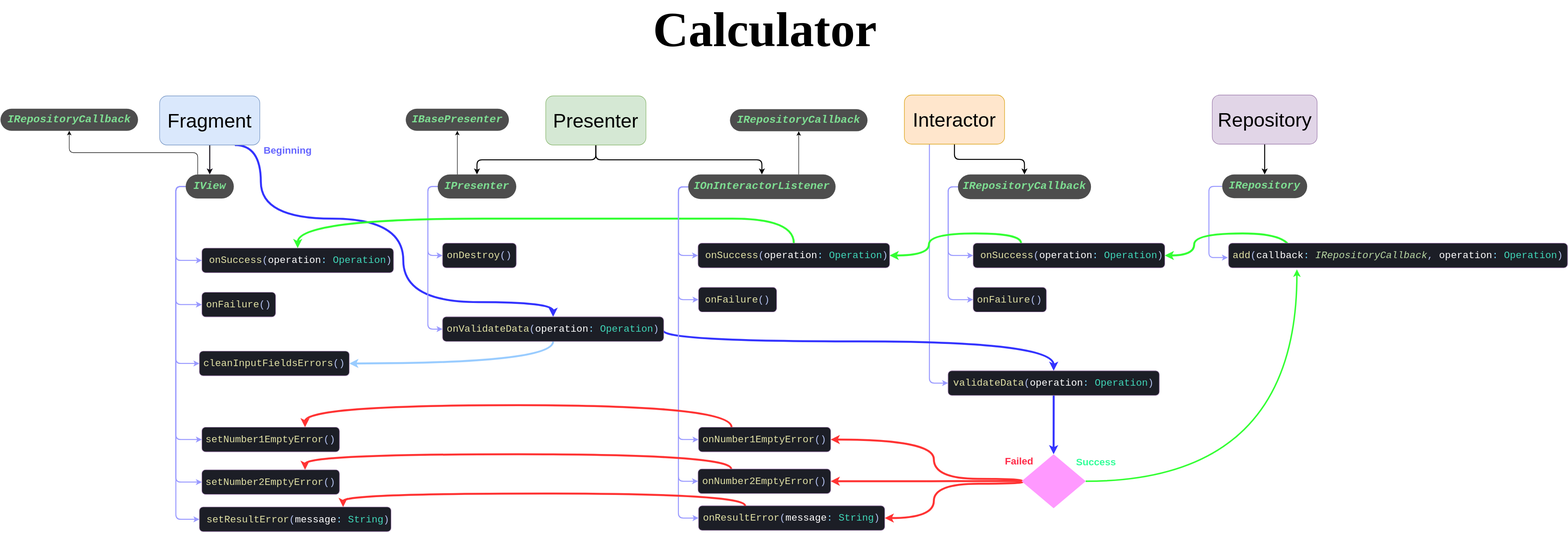
This is MVP Calculator Scheme.svg from ElianFabian/android-mvp-calculator, a draw.io export, as it was before one commit. Source tidied: cells renumbered, new cells last; positions are measured from the earlier drawing's top-left corner, leaving out a move shared by most shapes.
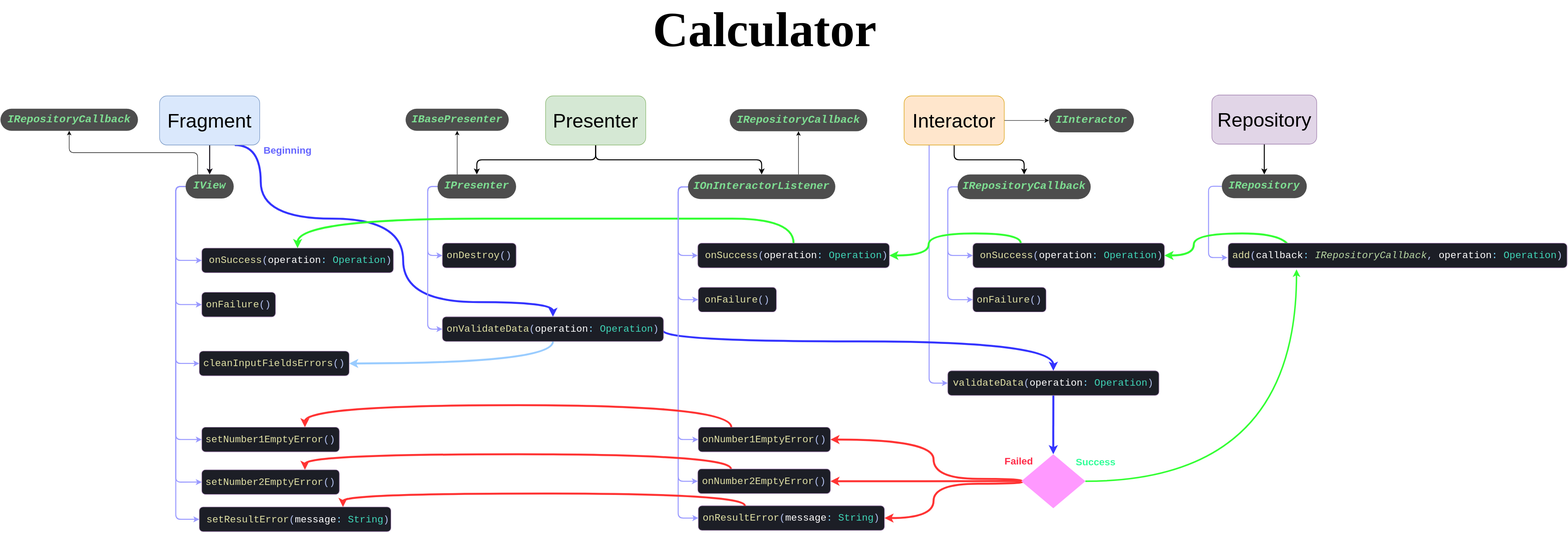
Later version of the same file.

Diff of the diagram source:
```diff
@@ -264,8 +264,11 @@
     <mxCell id="67" value="&lt;pre&gt;&lt;font style=&quot;font-size: 40px&quot; face=&quot;Helvetica&quot;&gt;Presenter&lt;/font&gt;&lt;/pre&gt;" style="rounded=1;whiteSpace=wrap;html=1;fillColor=#d5e8d4;strokeColor=#82b366;" parent="1" vertex="1">
       <mxGeometry x="1110" y="165" width="204" height="100" as="geometry" />
     </mxCell>
+    <mxCell id="76" style="edgeStyle=orthogonalEdgeStyle;rounded=0;jettySize=auto;html=1;" parent="1" edge="1" source="68" target="77">
+      <mxGeometry relative="1" as="geometry" />
+    </mxCell>
     <mxCell id="68" value="&lt;pre&gt;&lt;font style=&quot;font-size: 40px&quot; face=&quot;Helvetica&quot;&gt;Interactor&lt;/font&gt;&lt;/pre&gt;" style="rounded=1;whiteSpace=wrap;html=1;fillColor=#ffe6cc;strokeColor=#d79b00;" parent="1" vertex="1">
-      <mxGeometry x="1840" y="163.2" width="204" height="100" as="geometry" />
+      <mxGeometry x="1840" y="165" width="204" height="100" as="geometry" />
     </mxCell>
     <mxCell id="69" value="&lt;pre&gt;&lt;font style=&quot;font-size: 40px&quot; face=&quot;Helvetica&quot;&gt;Repository&lt;/font&gt;&lt;/pre&gt;" style="rounded=1;whiteSpace=wrap;html=1;fillColor=#e1d5e7;strokeColor=#9673a6;" parent="1" vertex="1">
       <mxGeometry x="2466.8" y="163.2" width="213.5" height="100" as="geometry" />
@@ -293,5 +296,8 @@
         </Array>
       </mxGeometry>
     </mxCell>
+    <mxCell id="77" value="&lt;pre style=&quot;font-family: &amp;#34;jetbrains mono&amp;#34; , monospace ; font-size: 22px&quot;&gt;&lt;span style=&quot;font-style: italic ; font-size: 22px&quot;&gt;&lt;span style=&quot;font-size: 22px&quot;&gt;&lt;font style=&quot;font-size: 22px&quot;&gt;IInteractor&lt;/font&gt;&lt;/span&gt;&lt;/span&gt;&lt;/pre&gt;" style="rounded=1;whiteSpace=wrap;html=1;strokeWidth=1;arcSize=50;fontSize=22;fontColor=#7EDE92;fontStyle=1;strokeColor=none;fillColor=#4D4D4D;" parent="1" vertex="1">
+      <mxGeometry x="2135" y="191" width="173" height="48.2" as="geometry" />
+    </mxCell>
   </root>
 </mxGraphModel>
```
